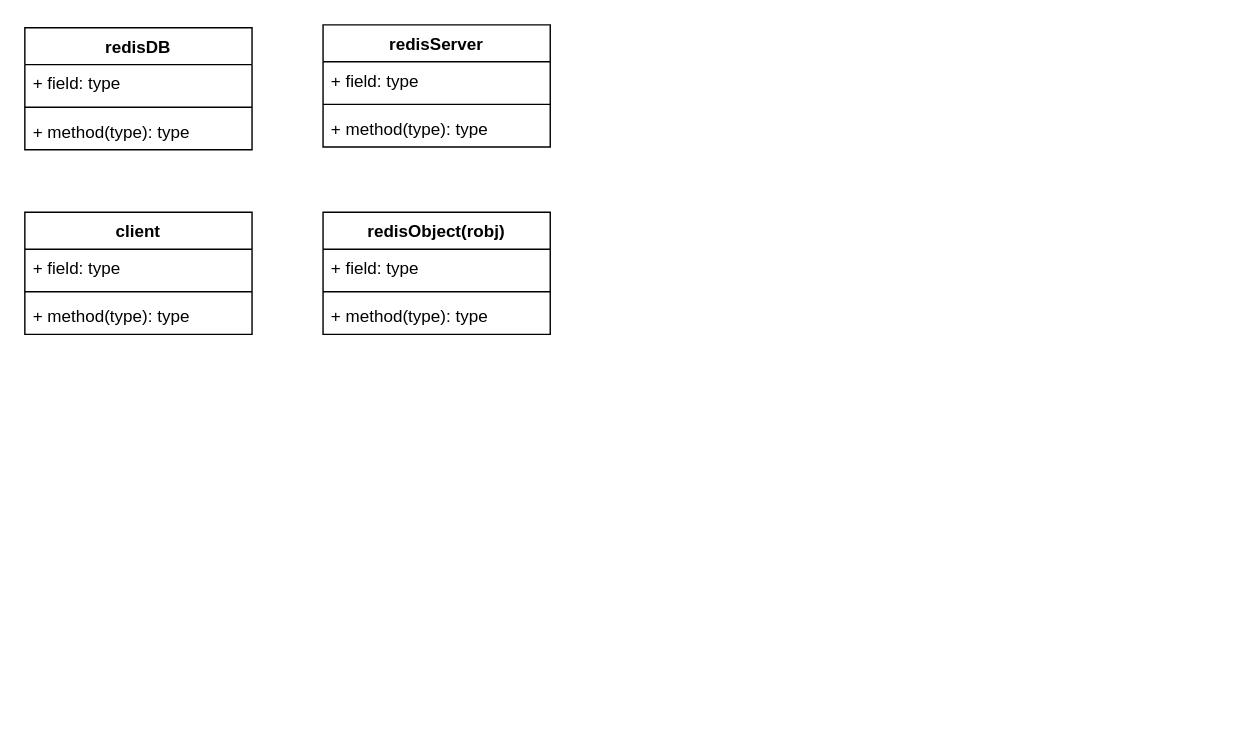
The draw.io diagram page "server" (2 of 3) of redis.drawio in tadsimons/draw, before the edit. Source tidied: cells renumbered, new cells numbered last; positions are measured from the earlier drawing's top-left corner, leaving out a move shared by most shapes. Both pictures are drawn from the tidied source at 142%, with x=0, y=0 at pixel (24, 24).
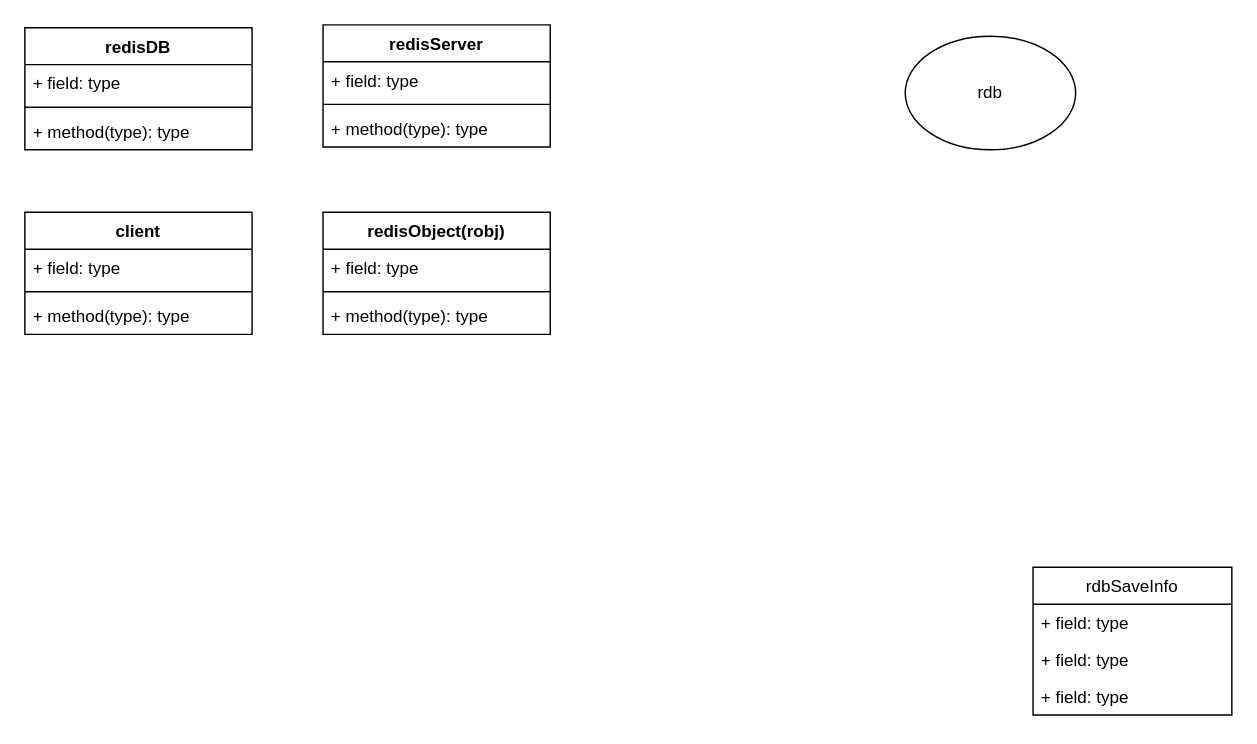
The same page after the edit.

What changed in the source:
```diff
@@
+    <mxCell id="18" value="rdb" style="ellipse;whiteSpace=wrap;html=1;" parent="1" vertex="1">
+      <mxGeometry x="620" y="8" width="120" height="80" as="geometry" />
+    </mxCell>
+    <mxCell id="19" value="rdbSaveInfo" style="swimlane;fontStyle=0;horizontal=1;startSize=26;fillColor=none;" parent="1" vertex="1">
+      <mxGeometry x="710" y="382" width="140" height="104" as="geometry" />
+    </mxCell>
+    <mxCell id="20" value="+ field: type" style="text;strokeColor=none;fillColor=none;align=left;verticalAlign=top;spacingLeft=4;spacingRight=4;overflow=hidden;" parent="19" vertex="1">
+      <mxGeometry y="26" width="140" height="26" as="geometry" />
+    </mxCell>
+    <mxCell id="21" value="+ field: type" style="text;strokeColor=none;fillColor=none;align=left;verticalAlign=top;spacingLeft=4;spacingRight=4;overflow=hidden;" parent="19" vertex="1">
+      <mxGeometry y="52" width="140" height="26" as="geometry" />
+    </mxCell>
+    <mxCell id="22" value="+ field: type" style="text;strokeColor=none;fillColor=none;align=left;verticalAlign=top;spacingLeft=4;spacingRight=4;overflow=hidden;" parent="19" vertex="1">
+      <mxGeometry y="78" width="140" height="26" as="geometry" />
+    </mxCell>
```
